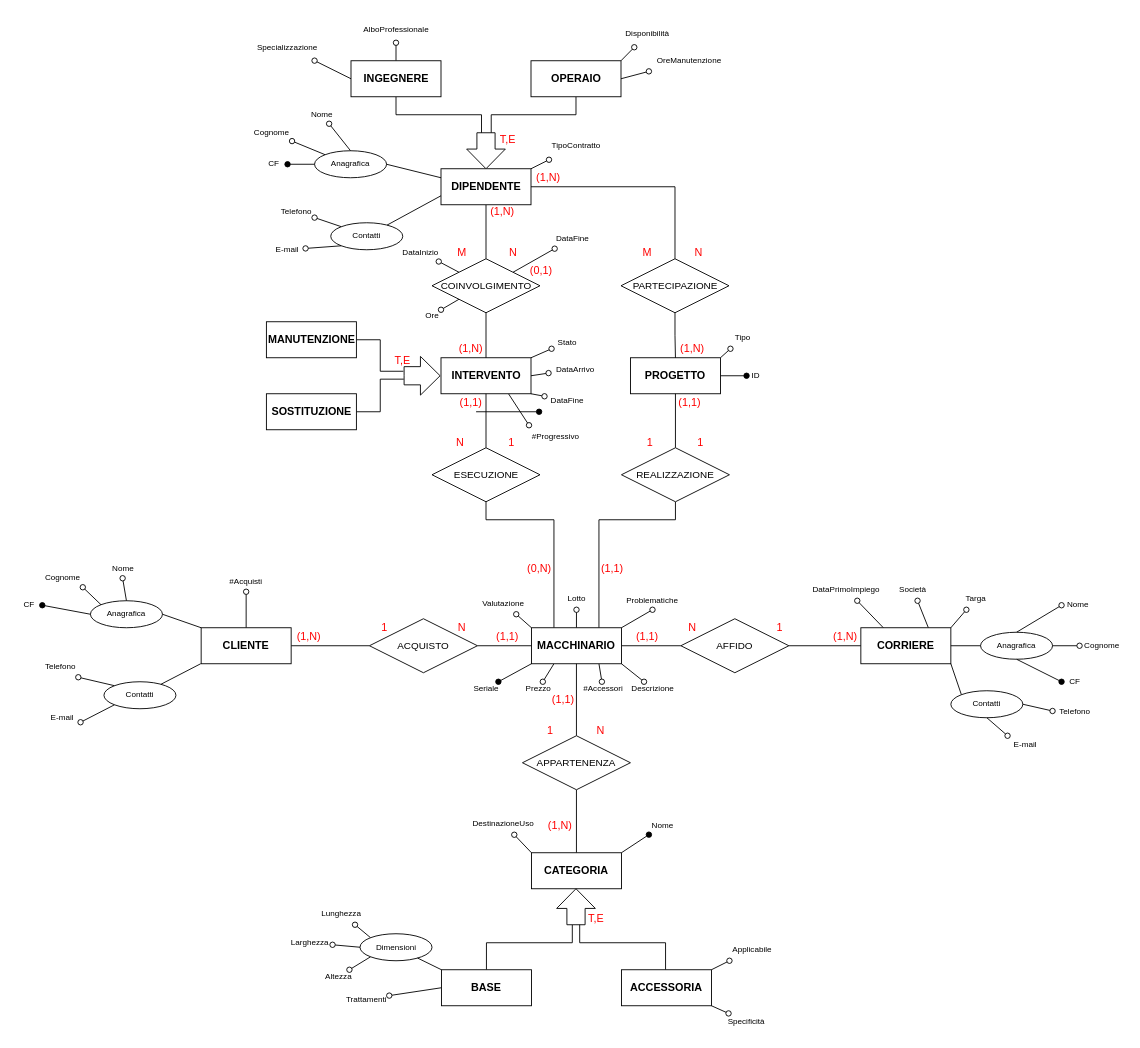
This is SchemaER.drawio from MicheleRabesco/MacchinariEstetici, a draw.io file, before an edit. Source tidied: cells renumbered, new cells numbered last; positions are measured from the earlier drawing's top-left corner, leaving out a move shared by most shapes. Both pictures are drawn from the tidied source at 90%, with x=0, y=0 at pixel (15, 15).
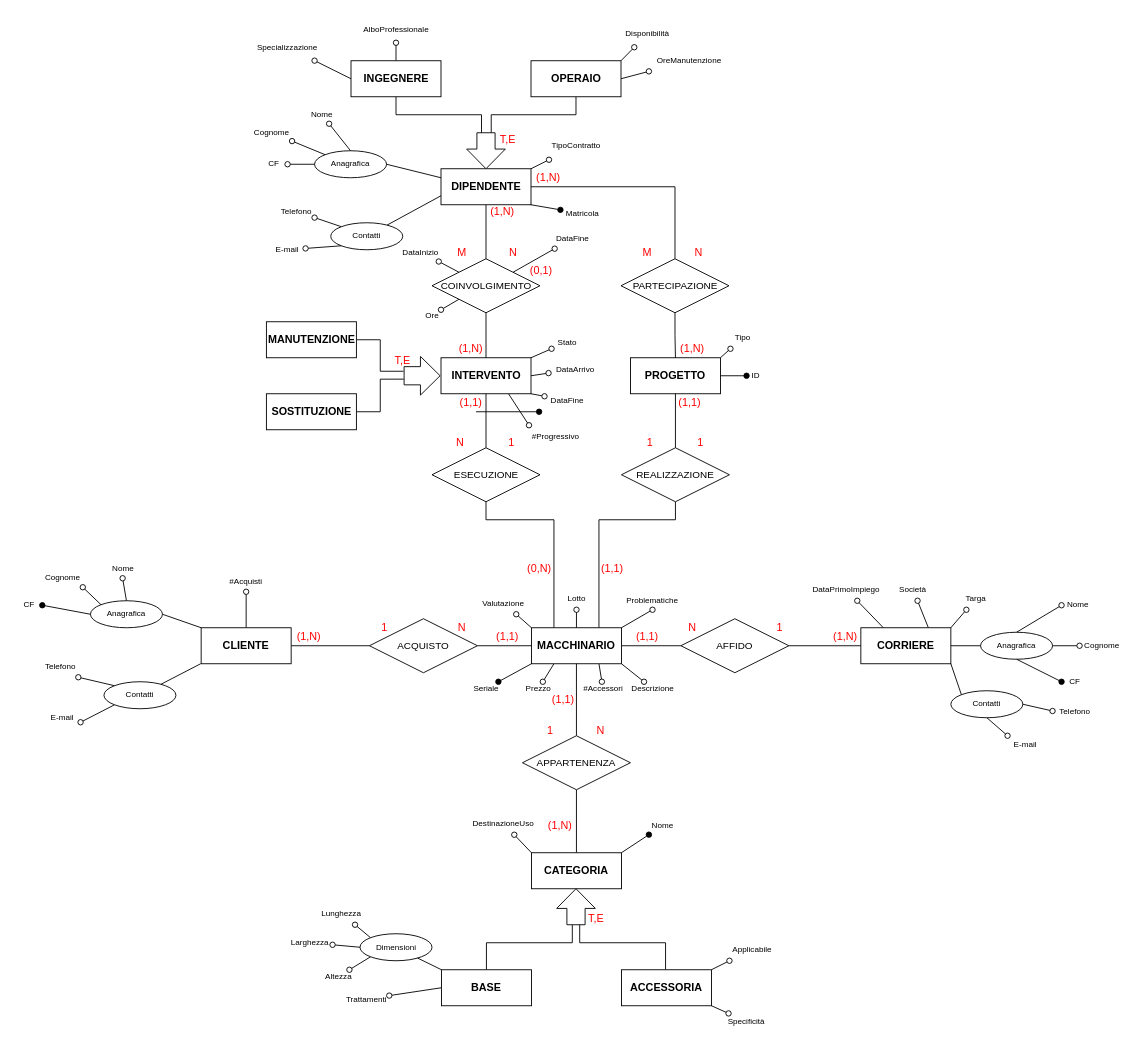
After the change.

Commit message:
Modifica all'identificatore dell'entità dipendente

Unchanged cells that the change refers to:
```xml
<mxCell id="28" value="&lt;b&gt;DIPENDENTE&lt;/b&gt;" style="whiteSpace=wrap;html=1;align=center;" parent="1" vertex="1">
  <mxGeometry x="472.5" y="170" width="100" height="40" as="geometry" />
</mxCell>
<mxCell id="86" value="Anagrafica" style="ellipse;whiteSpace=wrap;html=1;align=center;fontSize=9;gradientColor=#ffffff;fillColor=none;" parent="1" vertex="1">
  <mxGeometry x="332" y="150" width="80" height="30" as="geometry" />
</mxCell>
<mxCell id="92" value="CF" style="text;html=1;strokeColor=none;fillColor=none;align=center;verticalAlign=middle;whiteSpace=wrap;rounded=0;fontSize=9;" parent="1" vertex="1">
  <mxGeometry x="272" y="155" width="30" height="20" as="geometry" />
</mxCell>
```

What changed in the source:
```diff
@@
+    <mxCell id="190" style="rounded=0;jettySize=auto;html=1;exitX=1;exitY=1;exitDx=0;exitDy=0;endArrow=oval;endFill=1;" parent="1" edge="1" source="28">
+      <mxGeometry relative="1" as="geometry">
+        <mxPoint x="562.8" y="205" as="targetPoint" />
+      </mxGeometry>
+    </mxCell>
+    <mxCell id="191" style="rounded=0;sketch=0;jettySize=auto;html=1;exitX=1;exitY=1;exitDx=0;exitDy=0;fontSize=9;endArrow=oval;endFill=1;" parent="1" edge="1" source="28" target="192">
+      <mxGeometry relative="1" as="geometry" />
+    </mxCell>
@@
-    <mxCell id="85" style="edgeStyle=none;rounded=0;jettySize=auto;html=1;exitX=0;exitY=0.5;exitDx=0;exitDy=0;fontSize=9;endArrow=oval;endFill=1;" parent="1" edge="1" source="86" target="92">
+    <mxCell id="85" style="edgeStyle=none;rounded=0;jettySize=auto;html=1;exitX=0;exitY=0.5;exitDx=0;exitDy=0;fontSize=9;endArrow=oval;endFill=0;" parent="1" edge="1" source="86" target="92">
       <mxGeometry relative="1" as="geometry" />
     </mxCell>
@@
+    <mxCell id="192" value="Matricola" style="text;html=1;strokeColor=none;fillColor=none;align=center;verticalAlign=middle;whiteSpace=wrap;rounded=0;fontSize=9;" parent="1" vertex="1">
+      <mxGeometry x="605.2" y="212.5" width="50" height="15" as="geometry" />
+    </mxCell>
```
